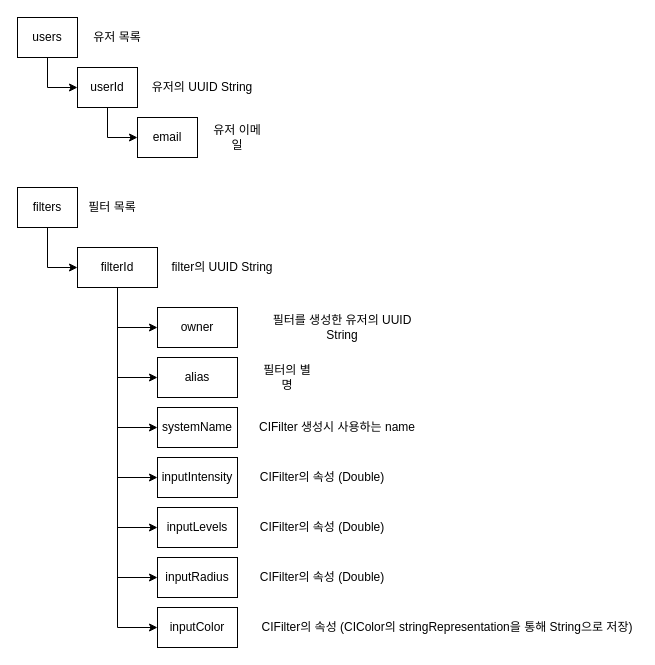
Above: SimpleCameraApp.drawio in shintwelv/SimpleCameraFilterApp (draw.io), before the change. Source tidied: cells renumbered, new cells numbered last; positions are measured from the earlier drawing's top-left corner, leaving out a move shared by most shapes. Both pictures are drawn from the tidied source at 100%, with x=0, y=0 at pixel (17, 17).
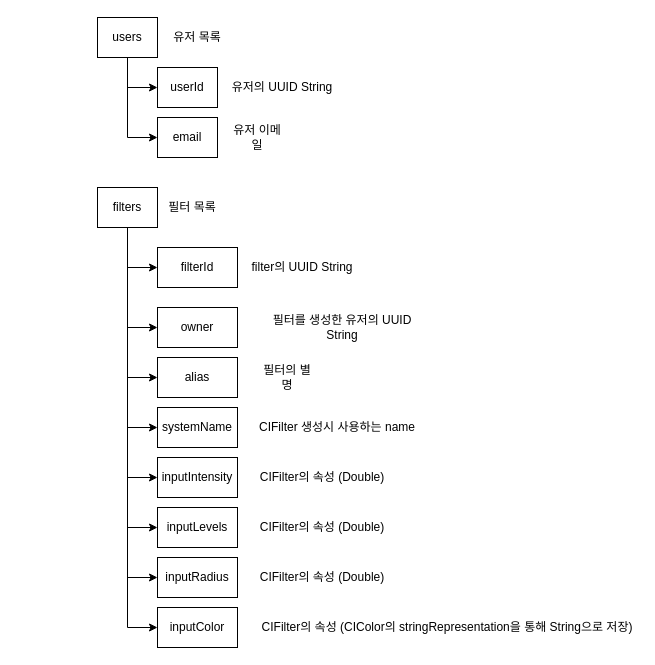
Above is the later version.

Unchanged cells that the change refers to:
```xml
<mxCell id="20" value="alias" style="rounded=0;whiteSpace=wrap;html=1;" parent="1" vertex="1">
  <mxGeometry x="140" y="340" width="80" height="40" as="geometry" />
</mxCell>
<mxCell id="22" value="systemName" style="rounded=0;whiteSpace=wrap;html=1;" parent="1" vertex="1">
  <mxGeometry x="140" y="390" width="80" height="40" as="geometry" />
</mxCell>
<mxCell id="24" value="inputIntensity" style="rounded=0;whiteSpace=wrap;html=1;" parent="1" vertex="1">
  <mxGeometry x="140" y="440" width="80" height="40" as="geometry" />
</mxCell>
<mxCell id="25" value="inputLevels" style="rounded=0;whiteSpace=wrap;html=1;" parent="1" vertex="1">
  <mxGeometry x="140" y="490" width="80" height="40" as="geometry" />
</mxCell>
<mxCell id="26" value="inputRadius" style="rounded=0;whiteSpace=wrap;html=1;" parent="1" vertex="1">
  <mxGeometry x="140" y="540" width="80" height="40" as="geometry" />
</mxCell>
<mxCell id="27" value="inputColor" style="rounded=0;whiteSpace=wrap;html=1;" parent="1" vertex="1">
  <mxGeometry x="140" y="590" width="80" height="40" as="geometry" />
</mxCell>
<mxCell id="34" value="owner" style="rounded=0;whiteSpace=wrap;html=1;" parent="1" vertex="1">
  <mxGeometry x="140" y="290" width="80" height="40" as="geometry" />
</mxCell>
```

Diff of the diagram source:
```diff
@@
+    <mxCell id="36" style="edgeStyle=orthogonalEdgeStyle;rounded=0;jettySize=auto;html=1;entryX=0;entryY=0.5;entryDx=0;entryDy=0;" parent="1" edge="1" source="3" target="6">
+      <mxGeometry relative="1" as="geometry" />
+    </mxCell>
     <mxCell id="3" value="users" style="rounded=0;whiteSpace=wrap;html=1;" parent="1" vertex="1">
-      <mxGeometry width="60" height="40" as="geometry" />
+      <mxGeometry x="80" width="60" height="40" as="geometry" />
     </mxCell>
-    <mxCell id="4" style="edgeStyle=orthogonalEdgeStyle;rounded=0;jettySize=auto;html=1;entryX=0;entryY=0.5;entryDx=0;entryDy=0;" parent="1" edge="1" source="5" target="6">
-      <mxGeometry relative="1" as="geometry" />
-    </mxCell>
     <mxCell id="5" value="userId" style="rounded=0;whiteSpace=wrap;html=1;" parent="1" vertex="1">
-      <mxGeometry x="60" y="50" width="60" height="40" as="geometry" />
+      <mxGeometry x="140" y="50" width="60" height="40" as="geometry" />
     </mxCell>
     <mxCell id="6" value="email" style="rounded=0;whiteSpace=wrap;html=1;" parent="1" vertex="1">
-      <mxGeometry x="120" y="100" width="60" height="40" as="geometry" />
+      <mxGeometry x="140" y="100" width="60" height="40" as="geometry" />
     </mxCell>
     <mxCell id="7" value="유저의 UUID String" style="text;html=1;strokeColor=none;fillColor=none;align=center;verticalAlign=middle;whiteSpace=wrap;rounded=0;" parent="1" vertex="1">
-      <mxGeometry x="130" y="55" width="110" height="30" as="geometry" />
+      <mxGeometry x="210" y="55" width="110" height="30" as="geometry" />
     </mxCell>
     <mxCell id="8" value="유저 목록" style="text;html=1;strokeColor=none;fillColor=none;align=center;verticalAlign=middle;whiteSpace=wrap;rounded=0;" parent="1" vertex="1">
-      <mxGeometry x="70" y="5" width="60" height="30" as="geometry" />
+      <mxGeometry x="150" y="5" width="60" height="30" as="geometry" />
     </mxCell>
     <mxCell id="9" value="유저 이메일" style="text;html=1;strokeColor=none;fillColor=none;align=center;verticalAlign=middle;whiteSpace=wrap;rounded=0;" parent="1" vertex="1">
-      <mxGeometry x="190" y="105" width="60" height="30" as="geometry" />
+      <mxGeometry x="210" y="105" width="60" height="30" as="geometry" />
     </mxCell>
@@
+    <mxCell id="37" style="edgeStyle=orthogonalEdgeStyle;rounded=0;jettySize=auto;html=1;entryX=0;entryY=0.5;entryDx=0;entryDy=0;" parent="1" edge="1" source="11" target="34">
+      <mxGeometry relative="1" as="geometry" />
+    </mxCell>
+    <mxCell id="38" style="edgeStyle=orthogonalEdgeStyle;rounded=0;jettySize=auto;html=1;entryX=0;entryY=0.5;entryDx=0;entryDy=0;" parent="1" edge="1" source="11" target="20">
+      <mxGeometry relative="1" as="geometry" />
+    </mxCell>
+    <mxCell id="39" style="edgeStyle=orthogonalEdgeStyle;rounded=0;jettySize=auto;html=1;entryX=0;entryY=0.5;entryDx=0;entryDy=0;" parent="1" edge="1" source="11" target="22">
+      <mxGeometry relative="1" as="geometry" />
+    </mxCell>
+    <mxCell id="40" style="edgeStyle=orthogonalEdgeStyle;rounded=0;jettySize=auto;html=1;entryX=0;entryY=0.5;entryDx=0;entryDy=0;" parent="1" edge="1" source="11" target="24">
+      <mxGeometry relative="1" as="geometry" />
+    </mxCell>
+    <mxCell id="41" style="edgeStyle=orthogonalEdgeStyle;rounded=0;jettySize=auto;html=1;entryX=0;entryY=0.5;entryDx=0;entryDy=0;" parent="1" edge="1" source="11" target="25">
+      <mxGeometry relative="1" as="geometry" />
+    </mxCell>
+    <mxCell id="42" style="edgeStyle=orthogonalEdgeStyle;rounded=0;jettySize=auto;html=1;entryX=0;entryY=0.5;entryDx=0;entryDy=0;" parent="1" edge="1" source="11" target="26">
+      <mxGeometry relative="1" as="geometry" />
+    </mxCell>
+    <mxCell id="43" style="edgeStyle=orthogonalEdgeStyle;rounded=0;jettySize=auto;html=1;entryX=0;entryY=0.5;entryDx=0;entryDy=0;" parent="1" edge="1" source="11" target="27">
+      <mxGeometry relative="1" as="geometry" />
+    </mxCell>
     <mxCell id="11" value="filters" style="rounded=0;whiteSpace=wrap;html=1;" parent="1" vertex="1">
-      <mxGeometry y="170" width="60" height="40" as="geometry" />
+      <mxGeometry x="80" y="170" width="60" height="40" as="geometry" />
     </mxCell>
-    <mxCell id="12" style="edgeStyle=orthogonalEdgeStyle;rounded=0;jettySize=auto;html=1;exitX=0.5;exitY=1;exitDx=0;exitDy=0;entryX=0;entryY=0.5;entryDx=0;entryDy=0;" parent="1" edge="1" source="19" target="34">
-      <mxGeometry relative="1" as="geometry" />
-    </mxCell>
-    <mxCell id="13" style="edgeStyle=orthogonalEdgeStyle;rounded=0;jettySize=auto;html=1;entryX=0;entryY=0.5;entryDx=0;entryDy=0;" parent="1" edge="1" source="19" target="20">
-      <mxGeometry relative="1" as="geometry" />
-    </mxCell>
-    <mxCell id="14" style="edgeStyle=orthogonalEdgeStyle;rounded=0;jettySize=auto;html=1;entryX=0;entryY=0.5;entryDx=0;entryDy=0;" parent="1" edge="1" source="19" target="22">
-      <mxGeometry relative="1" as="geometry" />
-    </mxCell>
-    <mxCell id="15" style="edgeStyle=orthogonalEdgeStyle;rounded=0;jettySize=auto;html=1;entryX=0;entryY=0.5;entryDx=0;entryDy=0;" parent="1" edge="1" source="19" target="24">
-      <mxGeometry relative="1" as="geometry" />
-    </mxCell>
-    <mxCell id="16" style="edgeStyle=orthogonalEdgeStyle;rounded=0;jettySize=auto;html=1;entryX=0;entryY=0.5;entryDx=0;entryDy=0;" parent="1" edge="1" source="19" target="25">
-      <mxGeometry relative="1" as="geometry" />
-    </mxCell>
-    <mxCell id="17" style="edgeStyle=orthogonalEdgeStyle;rounded=0;jettySize=auto;html=1;entryX=0;entryY=0.5;entryDx=0;entryDy=0;" parent="1" edge="1" source="19" target="26">
-      <mxGeometry relative="1" as="geometry" />
-    </mxCell>
-    <mxCell id="18" style="edgeStyle=orthogonalEdgeStyle;rounded=0;jettySize=auto;html=1;entryX=0;entryY=0.5;entryDx=0;entryDy=0;" parent="1" edge="1" source="19" target="27">
-      <mxGeometry relative="1" as="geometry" />
-    </mxCell>
     <mxCell id="19" value="filterId" style="rounded=0;whiteSpace=wrap;html=1;" parent="1" vertex="1">
-      <mxGeometry x="60" y="230" width="80" height="40" as="geometry" />
+      <mxGeometry x="140" y="230" width="80" height="40" as="geometry" />
     </mxCell>
@@
     <mxCell id="32" value="필터 목록" style="text;html=1;strokeColor=none;fillColor=none;align=center;verticalAlign=middle;whiteSpace=wrap;rounded=0;" parent="1" vertex="1">
-      <mxGeometry x="70" y="175" width="50" height="30" as="geometry" />
+      <mxGeometry x="150" y="175" width="50" height="30" as="geometry" />
     </mxCell>
     <mxCell id="33" value="filter의 UUID String" style="text;html=1;strokeColor=none;fillColor=none;align=center;verticalAlign=middle;whiteSpace=wrap;rounded=0;" parent="1" vertex="1">
-      <mxGeometry x="150" y="235" width="110" height="30" as="geometry" />
+      <mxGeometry x="230" y="235" width="110" height="30" as="geometry" />
     </mxCell>
```
